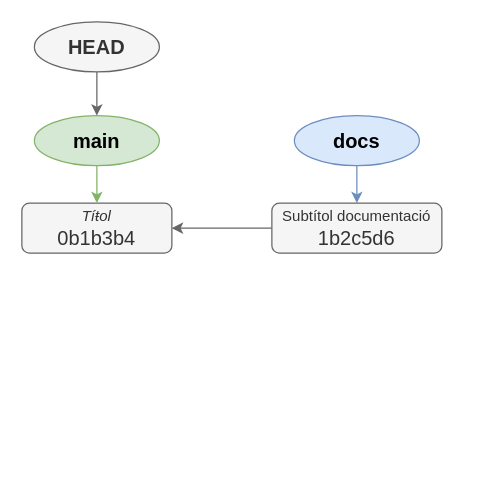
The draw.io diagram docs/apunts/02_branques/img/before_ff.drawio in joapuiib/curs-git, before the edit. Source tidied: cells renumbered, new cells numbered last; positions are measured from the earlier drawing's top-left corner, leaving out a move shared by most shapes. Both pictures are drawn from the tidied source at 125%, with x=0, y=0 at pixel (21, 21).
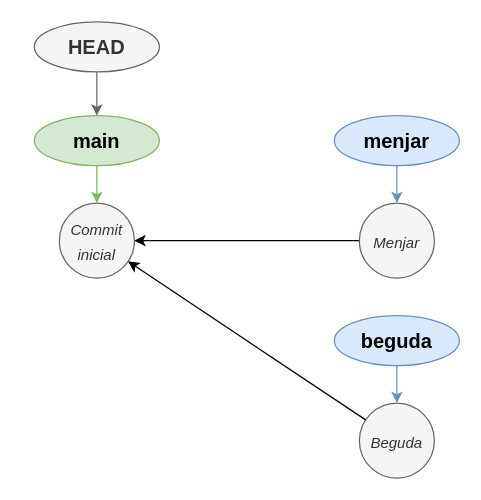
The same page after the edit.

Diff of the diagram source:
```diff
@@
 <mxGraphModel>
   <root>
     <mxCell id="0" />
     <mxCell id="1" parent="0" />
-    <mxCell id="2" value="&lt;div style=&quot;line-height: 100%;&quot;&gt;&lt;i&gt;&lt;font style=&quot;font-size: 12px;&quot;&gt;Tíŧol&lt;/font&gt;&lt;/i&gt;&lt;/div&gt;0b1b3b4" style="rounded=1;whiteSpace=wrap;html=1;fontSize=16;fillColor=#f5f5f5;strokeColor=#666666;fontColor=#333333;" parent="1" vertex="1">
-      <mxGeometry y="145" width="120" height="40" as="geometry" />
-    </mxCell>
-    <mxCell id="3" style="rounded=0;jettySize=auto;html=1;exitX=0.5;exitY=1;exitDx=0;exitDy=0;fillColor=#d5e8d4;strokeColor=#82b366;" parent="1" edge="1" source="4" target="2">
-      <mxGeometry relative="1" as="geometry" />
-    </mxCell>
+    <mxCell id="11" value="&lt;i style=&quot;font-size: 16px;&quot;&gt;&lt;font style=&quot;font-size: 12px;&quot;&gt;Commit inicial&lt;/font&gt;&lt;/i&gt;" style="ellipse;whiteSpace=wrap;html=1;fillColor=#f5f5f5;fontColor=#333333;strokeColor=#666666;" parent="1" vertex="1">
+      <mxGeometry x="30" y="145" width="60" height="60" as="geometry" />
+    </mxCell>
+    <mxCell id="12" style="rounded=0;jettySize=auto;html=1;" parent="1" edge="1" source="13" target="11">
+      <mxGeometry relative="1" as="geometry" />
+    </mxCell>
+    <mxCell id="13" value="&lt;i style=&quot;font-size: 16px;&quot;&gt;&lt;font style=&quot;font-size: 12px;&quot;&gt;Menjar&lt;/font&gt;&lt;/i&gt;" style="ellipse;whiteSpace=wrap;html=1;fillColor=#f5f5f5;fontColor=#333333;strokeColor=#666666;" parent="1" vertex="1">
+      <mxGeometry x="270" y="145" width="60" height="60" as="geometry" />
+    </mxCell>
+    <mxCell id="14" style="rounded=0;jettySize=auto;html=1;exitX=0.5;exitY=1;exitDx=0;exitDy=0;fillColor=#dae8fc;strokeColor=#6c8ebf;" parent="1" edge="1" source="15" target="13">
+      <mxGeometry relative="1" as="geometry" />
+    </mxCell>
+    <mxCell id="15" value="menjar" style="ellipse;whiteSpace=wrap;html=1;fillColor=#dae8fc;strokeColor=#6c8ebf;fontSize=16;fontStyle=1;" parent="1" vertex="1">
+      <mxGeometry x="250" y="75" width="100" height="40" as="geometry" />
+    </mxCell>
+    <mxCell id="16" value="&lt;i style=&quot;font-size: 16px;&quot;&gt;&lt;font style=&quot;font-size: 12px;&quot;&gt;Beguda&lt;/font&gt;&lt;/i&gt;" style="ellipse;whiteSpace=wrap;html=1;fillColor=#f5f5f5;fontColor=#333333;strokeColor=#666666;" parent="1" vertex="1">
+      <mxGeometry x="270" y="305" width="60" height="60" as="geometry" />
+    </mxCell>
+    <mxCell id="17" style="rounded=0;jettySize=auto;html=1;exitX=0.5;exitY=1;exitDx=0;exitDy=0;fillColor=#dae8fc;strokeColor=#6c8ebf;" parent="1" edge="1" source="18" target="16">
+      <mxGeometry relative="1" as="geometry" />
+    </mxCell>
+    <mxCell id="18" value="beguda" style="ellipse;whiteSpace=wrap;html=1;fillColor=#dae8fc;strokeColor=#6c8ebf;fontSize=16;fontStyle=1;" parent="1" vertex="1">
+      <mxGeometry x="250" y="235" width="100" height="40" as="geometry" />
+    </mxCell>
+    <mxCell id="19" style="rounded=0;jettySize=auto;html=1;" parent="1" edge="1" source="16" target="11">
+      <mxGeometry relative="1" as="geometry" />
+    </mxCell>
+    <mxCell id="20" style="rounded=0;jettySize=auto;html=1;exitX=0.5;exitY=1;exitDx=0;exitDy=0;fillColor=#d5e8d4;strokeColor=#82b366;" parent="1" edge="1" source="4" target="11">
+      <mxGeometry relative="1" as="geometry" />
+    </mxCell>
     <mxCell id="4" value="main" style="ellipse;whiteSpace=wrap;html=1;fillColor=#d5e8d4;strokeColor=#82b366;fontSize=16;fontStyle=1;" parent="1" vertex="1">
       <mxGeometry x="10" y="75" width="100" height="40" as="geometry" />
     </mxCell>
-    <mxCell id="5" style="edgeStyle=orthogonalEdgeStyle;rounded=0;jettySize=auto;html=1;exitX=0.5;exitY=1;exitDx=0;exitDy=0;fillColor=#f5f5f5;strokeColor=#666666;entryX=0.5;entryY=0;entryDx=0;entryDy=0;" parent="1" edge="1" source="6" target="4">
+    <mxCell id="5" style="edgeStyle=orthogonalEdgeStyle;rounded=0;jettySize=auto;html=1;exitX=0.5;exitY=1;exitDx=0;exitDy=0;fillColor=#f5f5f5;strokeColor=#666666;" parent="1" edge="1" source="6" target="4">
       <mxGeometry relative="1" as="geometry" />
     </mxCell>
     <mxCell id="6" value="HEAD" style="ellipse;whiteSpace=wrap;html=1;fillColor=#f5f5f5;strokeColor=#666666;fontSize=16;fontStyle=1;fontColor=#333333;" parent="1" vertex="1">
       <mxGeometry x="10" width="100" height="40" as="geometry" />
     </mxCell>
-    <mxCell id="7" style="edgeStyle=orthogonalEdgeStyle;rounded=0;jettySize=auto;html=1;exitX=0.5;exitY=1;exitDx=0;exitDy=0;fillColor=#dae8fc;strokeColor=#6c8ebf;" parent="1" edge="1" source="8" target="10">
-      <mxGeometry relative="1" as="geometry" />
-    </mxCell>
-    <mxCell id="8" value="docs" style="ellipse;whiteSpace=wrap;html=1;fillColor=#dae8fc;strokeColor=#6c8ebf;fontSize=16;fontStyle=1;" parent="1" vertex="1">
-      <mxGeometry x="218" y="75" width="100" height="40" as="geometry" />
-    </mxCell>
-    <mxCell id="9" style="edgeStyle=orthogonalEdgeStyle;rounded=0;jettySize=auto;html=1;exitX=0;exitY=0.5;exitDx=0;exitDy=0;fillColor=#f5f5f5;strokeColor=#666666;" parent="1" edge="1" source="10" target="2">
-      <mxGeometry relative="1" as="geometry" />
-    </mxCell>
-    <mxCell id="10" value="&lt;div style=&quot;line-height: 100%;&quot;&gt;&lt;font style=&quot;font-size: 12px;&quot;&gt;Subtítol documentació&lt;/font&gt;&lt;/div&gt;1b2c5d6" style="rounded=1;whiteSpace=wrap;html=1;fontSize=16;fillColor=#f5f5f5;strokeColor=#666666;fontColor=#333333;" parent="1" vertex="1">
-      <mxGeometry x="200" y="145" width="136" height="40" as="geometry" />
-    </mxCell>
   </root>
 </mxGraphModel>
```
